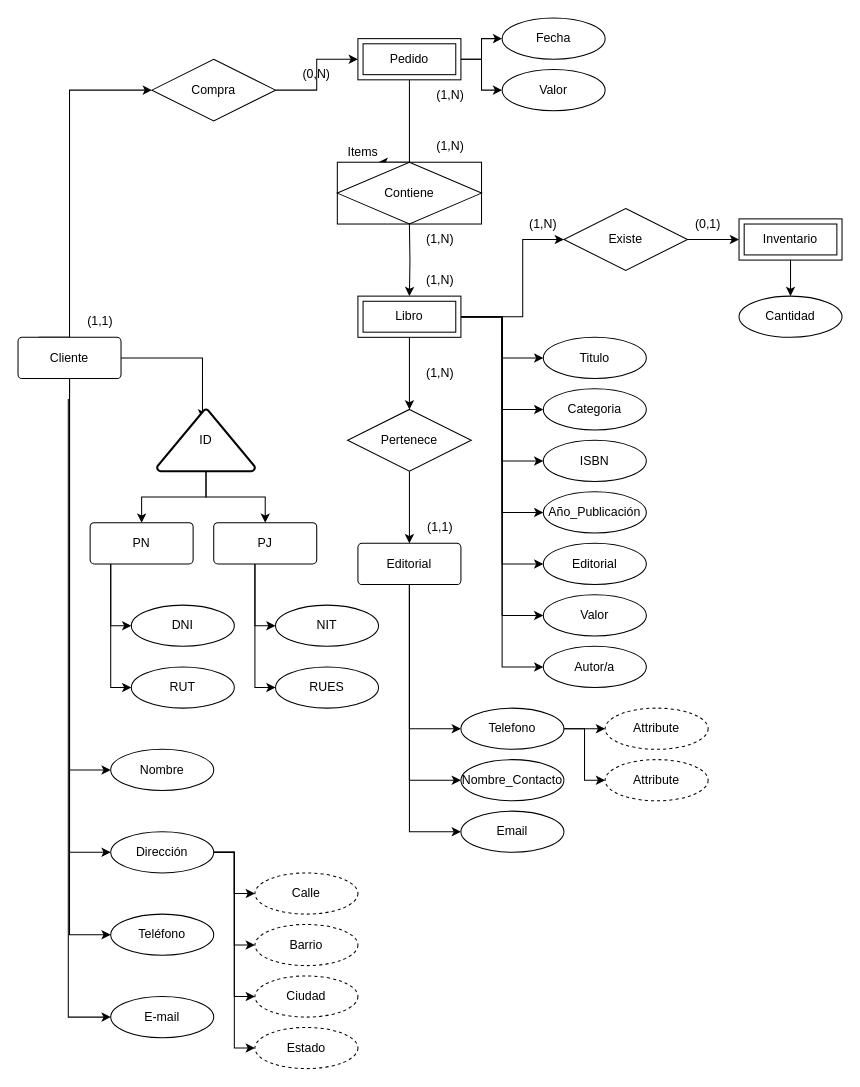
smringdesigns/modelo keeps this draw.io diagram as modelo.drawio. Above is the earlier version. Source tidied: cells renumbered, new cells numbered last; positions are measured from the earlier drawing's top-left corner, leaving out a move shared by most shapes. Both pictures are drawn from the tidied source at 103%, with x=0, y=0 at pixel (18, 18).
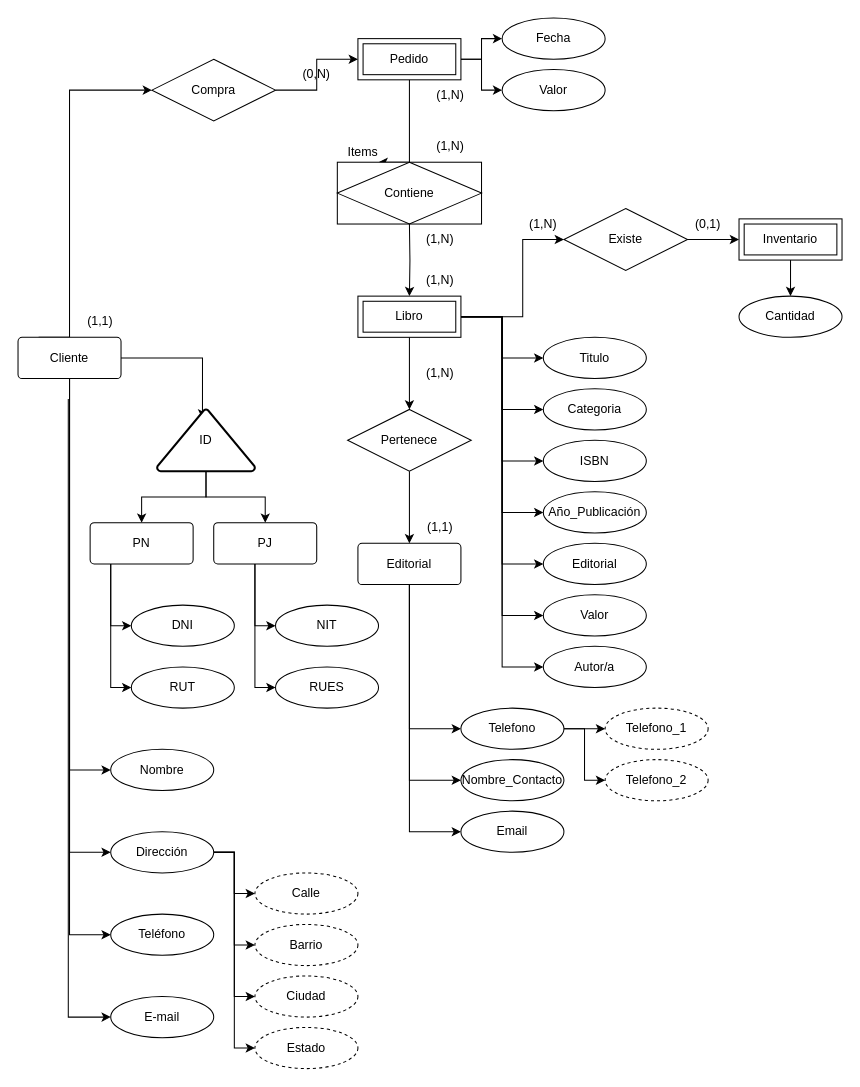
Above is the later version.

Diff of the diagram source:
```diff
@@
-    <mxCell id="88" value="Attribute" style="ellipse;whiteSpace=wrap;html=1;align=center;dashed=1;" parent="1" vertex="1">
+    <mxCell id="88" value="Telefono_1" style="ellipse;whiteSpace=wrap;html=1;align=center;dashed=1;" parent="1" vertex="1">
       <mxGeometry x="570" y="670" width="100" height="40" as="geometry" />
     </mxCell>
-    <mxCell id="89" value="Attribute" style="ellipse;whiteSpace=wrap;html=1;align=center;dashed=1;" parent="1" vertex="1">
+    <mxCell id="89" value="Telefono_2" style="ellipse;whiteSpace=wrap;html=1;align=center;dashed=1;" parent="1" vertex="1">
       <mxGeometry x="570" y="720" width="100" height="40" as="geometry" />
     </mxCell>
```
